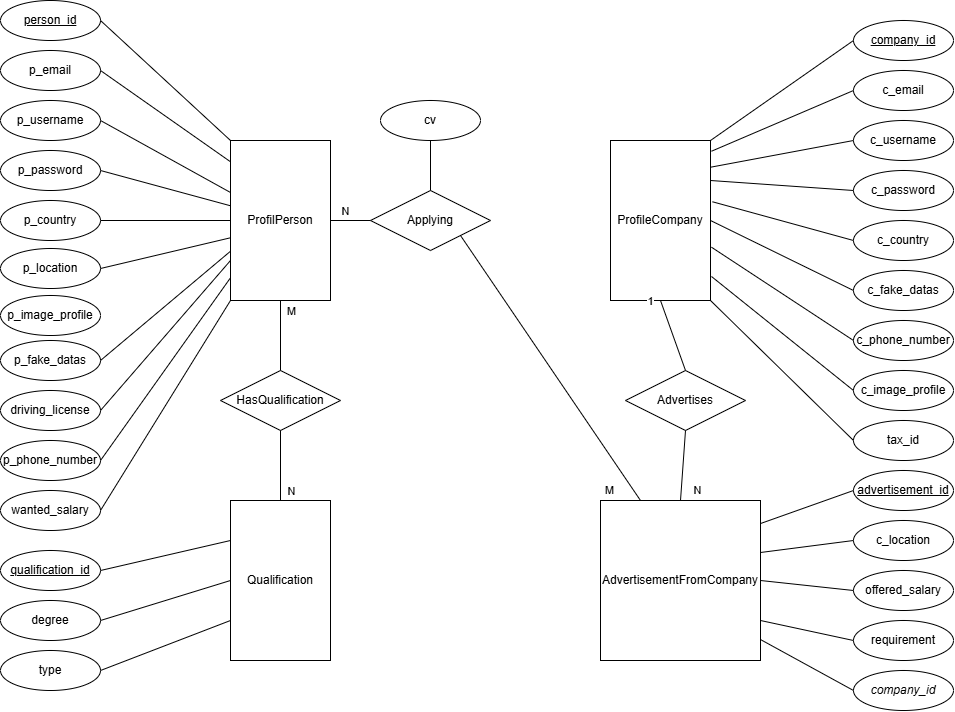
This is database/ERmodell.png from Frici73/project13, a draw.io export, as it was before one commit. Source tidied: cells renumbered, new cells last; positions are measured from the earlier drawing's top-left corner, leaving out a move shared by most shapes.
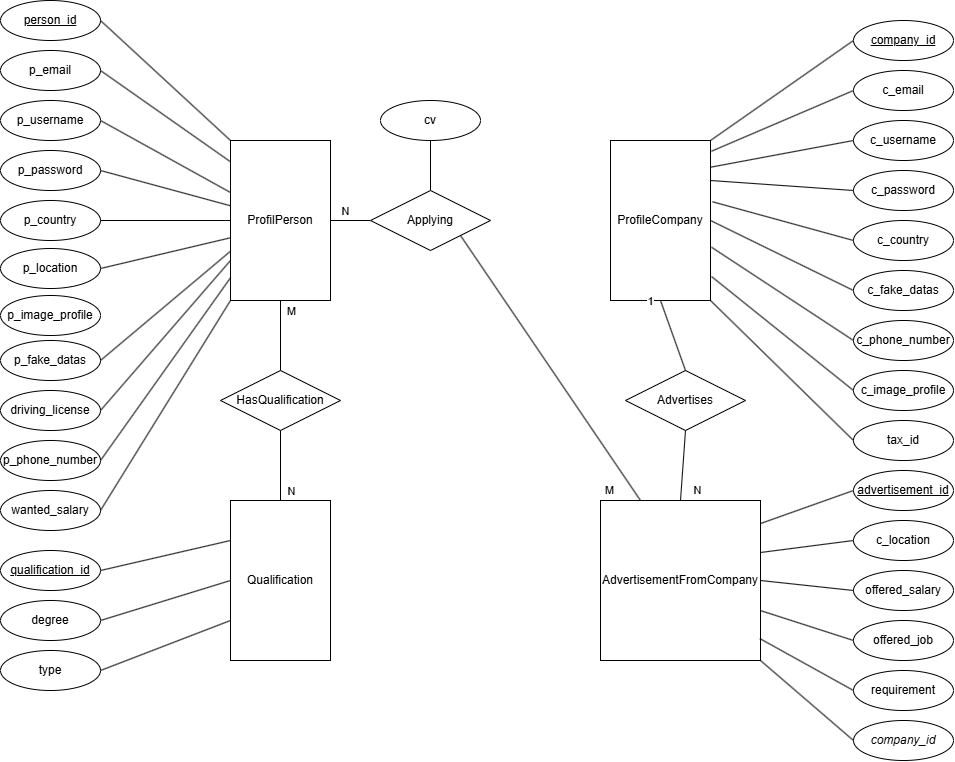
Above is the later version.

Change to the diagram source:
```diff
@@ -2,6 +2,12 @@
   <root>
     <mxCell id="0" />
     <mxCell id="1" parent="0" />
+    <mxCell id="77" value="offered_job" style="ellipse;whiteSpace=wrap;html=1;align=center;" parent="1" vertex="1">
+      <mxGeometry x="853" y="620" width="100" height="40" as="geometry" />
+    </mxCell>
+    <mxCell id="78" style="endArrow=none;html=1;rounded=0;exitX=0;exitY=0.5;exitDx=0;exitDy=0;entryX=1;entryY=0.688;entryDx=0;entryDy=0;entryPerimeter=0;" parent="1" edge="1" source="77" target="31">
+      <mxGeometry relative="1" as="geometry" />
+    </mxCell>
     <mxCell id="2" value="ProfilPerson" style="whiteSpace=wrap;html=1;align=center;" parent="1" vertex="1">
       <mxGeometry x="230" y="140" width="100" height="160" as="geometry" />
     </mxCell>
@@ -156,10 +162,10 @@
       <mxGeometry x="853" y="570" width="100" height="40" as="geometry" />
     </mxCell>
     <mxCell id="53" value="requirement" style="ellipse;whiteSpace=wrap;html=1;align=center;" parent="1" vertex="1">
-      <mxGeometry x="853" y="620" width="100" height="40" as="geometry" />
+      <mxGeometry x="853" y="670" width="100" height="40" as="geometry" />
     </mxCell>
     <mxCell id="54" value="&lt;i&gt;company_id&lt;/i&gt;" style="ellipse;whiteSpace=wrap;html=1;align=center;" parent="1" vertex="1">
-      <mxGeometry x="853" y="670" width="100" height="40" as="geometry" />
+      <mxGeometry x="853" y="720" width="100" height="40" as="geometry" />
     </mxCell>
     <mxCell id="55" style="endArrow=none;html=1;rounded=0;entryX=0;entryY=0.5;entryDx=0;entryDy=0;exitX=1;exitY=0.144;exitDx=0;exitDy=0;exitPerimeter=0;" parent="1" edge="1" source="31" target="50">
       <mxGeometry relative="1" as="geometry" />
@@ -170,10 +176,10 @@
     <mxCell id="57" style="endArrow=none;html=1;rounded=0;exitX=1;exitY=0.5;exitDx=0;exitDy=0;entryX=0;entryY=0.5;entryDx=0;entryDy=0;" parent="1" edge="1" source="31" target="52">
       <mxGeometry relative="1" as="geometry" />
     </mxCell>
-    <mxCell id="58" style="endArrow=none;html=1;rounded=0;exitX=1;exitY=0.75;exitDx=0;exitDy=0;entryX=0;entryY=0.5;entryDx=0;entryDy=0;" parent="1" edge="1" source="31" target="53">
+    <mxCell id="58" style="endArrow=none;html=1;rounded=0;exitX=0.996;exitY=0.863;exitDx=0;exitDy=0;entryX=0;entryY=0.5;entryDx=0;entryDy=0;exitPerimeter=0;" parent="1" edge="1" source="31" target="53">
       <mxGeometry relative="1" as="geometry" />
     </mxCell>
-    <mxCell id="59" style="endArrow=none;html=1;rounded=0;exitX=1;exitY=0.869;exitDx=0;exitDy=0;entryX=0;entryY=0.5;entryDx=0;entryDy=0;exitPerimeter=0;" parent="1" edge="1" source="31" target="54">
+    <mxCell id="59" style="endArrow=none;html=1;rounded=0;exitX=1;exitY=1;exitDx=0;exitDy=0;entryX=0;entryY=0.5;entryDx=0;entryDy=0;" parent="1" edge="1" source="31" target="54">
       <mxGeometry relative="1" as="geometry" />
     </mxCell>
     <mxCell id="60" value="HasQualification" style="shape=rhombus;perimeter=rhombusPerimeter;whiteSpace=wrap;html=1;align=center;" parent="1" vertex="1">
@@ -185,35 +191,35 @@
     <mxCell id="62" style="endArrow=none;html=1;rounded=0;exitX=0.5;exitY=1;exitDx=0;exitDy=0;entryX=0.5;entryY=0;entryDx=0;entryDy=0;" parent="1" edge="1" source="2" target="60">
       <mxGeometry relative="1" as="geometry" />
     </mxCell>
-    <mxCell id="63" value="M" style="edgeLabel;html=1;align=center;verticalAlign=middle;" parent="62" vertex="1">
-      <mxGeometry x="-0.71" relative="1" as="geometry">
-        <mxPoint x="10" as="offset" />
-      </mxGeometry>
-    </mxCell>
+    <mxCell id="79" value="M" style="edgeLabel;html=1;align=center;verticalAlign=middle;" parent="62" vertex="1">
+      <mxGeometry x="-0.71" relative="1" as="geometry">
+        <mxPoint x="10" as="offset" />
+      </mxGeometry>
+    </mxCell>
     <mxCell id="64" style="endArrow=none;html=1;rounded=0;exitX=0.5;exitY=1;exitDx=0;exitDy=0;entryX=0.5;entryY=0;entryDx=0;entryDy=0;" parent="1" edge="1" source="60" target="3">
       <mxGeometry relative="1" as="geometry" />
     </mxCell>
-    <mxCell id="65" value="N" style="edgeLabel;html=1;align=center;verticalAlign=middle;" parent="64" vertex="1">
-      <mxGeometry x="-0.71" relative="1" as="geometry">
-        <mxPoint x="10" y="50" as="offset" />
-      </mxGeometry>
-    </mxCell>
+    <mxCell id="80" value="N" style="edgeLabel;html=1;align=center;verticalAlign=middle;" parent="64" vertex="1">
+      <mxGeometry x="-0.71" relative="1" as="geometry">
+        <mxPoint x="10" y="50" as="offset" />
+      </mxGeometry>
+    </mxCell>
     <mxCell id="66" style="endArrow=none;html=1;rounded=0;exitX=1;exitY=0.5;exitDx=0;exitDy=0;entryX=0;entryY=0.5;entryDx=0;entryDy=0;" parent="1" edge="1" source="2" target="61">
       <mxGeometry relative="1" as="geometry" />
     </mxCell>
-    <mxCell id="67" value="N" style="edgeLabel;html=1;align=center;verticalAlign=middle;" parent="66" vertex="1">
-      <mxGeometry x="0.1" y="-1" relative="1" as="geometry">
-        <mxPoint x="-8" y="-11" as="offset" />
-      </mxGeometry>
-    </mxCell>
+    <mxCell id="81" value="N" style="edgeLabel;html=1;align=center;verticalAlign=middle;" parent="66" vertex="1">
+      <mxGeometry x="0.1" y="-1" relative="1" as="geometry">
+        <mxPoint x="-8" y="-11" as="offset" />
+      </mxGeometry>
+    </mxCell>
     <mxCell id="68" style="endArrow=none;html=1;rounded=0;exitX=1;exitY=1;exitDx=0;exitDy=0;entryX=0.25;entryY=0;entryDx=0;entryDy=0;" parent="1" edge="1" source="61" target="31">
       <mxGeometry relative="1" as="geometry" />
     </mxCell>
-    <mxCell id="69" value="M" style="edgeLabel;html=1;align=center;verticalAlign=middle;" parent="68" vertex="1">
-      <mxGeometry x="0.77" y="2" relative="1" as="geometry">
-        <mxPoint x="-12" y="22" as="offset" />
-      </mxGeometry>
-    </mxCell>
+    <mxCell id="82" value="M" style="edgeLabel;html=1;align=center;verticalAlign=middle;" parent="68" vertex="1">
+      <mxGeometry x="0.77" y="2" relative="1" as="geometry">
+        <mxPoint x="-12" y="22" as="offset" />
+      </mxGeometry>
+    </mxCell>
     <mxCell id="70" value="cv" style="ellipse;whiteSpace=wrap;html=1;align=center;" parent="1" vertex="1">
       <mxGeometry x="380" y="100" width="100" height="40" as="geometry" />
     </mxCell>
@@ -231,11 +237,11 @@
         <mxPoint x="90" y="-120" as="offset" />
       </mxGeometry>
     </mxCell>
-    <mxCell id="75" value="N" style="edgeLabel;html=1;align=center;verticalAlign=middle;" parent="74" vertex="1">
-      <mxGeometry x="0.34" relative="1" as="geometry">
-        <mxPoint x="15" y="13" as="offset" />
-      </mxGeometry>
-    </mxCell>
+    <mxCell id="83" value="N" style="edgeLabel;html=1;align=center;verticalAlign=middle;" parent="74" vertex="1">
+      <mxGeometry x="0.34" relative="1" as="geometry">
+        <mxPoint x="15" y="13" as="offset" />
+      </mxGeometry>
+    </mxCell>
     <mxCell id="76" value="p_image_profile" style="ellipse;whiteSpace=wrap;html=1;align=center;" parent="1" vertex="1">
       <mxGeometry y="295" width="100" height="40" as="geometry" />
     </mxCell>
```
